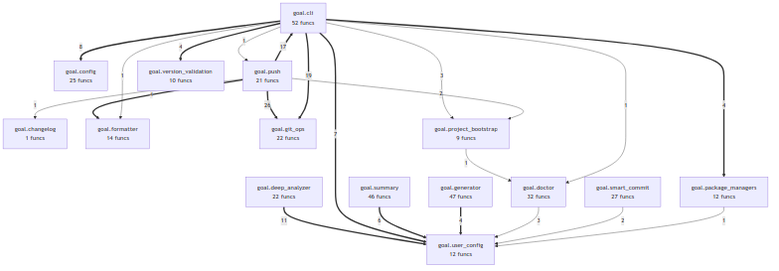
This is project/compact_flow.png from semcod/goal, a Mermaid export, as it was before one commit. Its source is kept beside it as project/compact_flow.mmd. The source it was exported from:
```mermaid
flowchart TD
    goal_changelog["goal.changelog<br/>1 funcs"]
    goal_cli["goal.cli<br/>52 funcs"]
    goal_config["goal.config<br/>25 funcs"]
    goal_deep_analyzer["goal.deep_analyzer<br/>22 funcs"]
    goal_doctor["goal.doctor<br/>32 funcs"]
    goal_formatter["goal.formatter<br/>14 funcs"]
    goal_generator["goal.generator<br/>47 funcs"]
    goal_git_ops["goal.git_ops<br/>22 funcs"]
    goal_package_managers["goal.package_managers<br/>12 funcs"]
    goal_project_bootstrap["goal.project_bootstrap<br/>9 funcs"]
    goal_push["goal.push<br/>21 funcs"]
    goal_smart_commit["goal.smart_commit<br/>27 funcs"]
    goal_summary["goal.summary<br/>46 funcs"]
    goal_user_config["goal.user_config<br/>12 funcs"]
    goal_version_validation["goal.version_validation<br/>10 funcs"]
    goal_push ==>|26| goal_git_ops
    goal_cli ==>|19| goal_git_ops
    goal_push ==>|17| goal_cli
    goal_deep_analyzer ==>|11| goal_user_config
    goal_cli ==>|8| goal_config
    goal_cli ==>|7| goal_user_config
    goal_summary ==>|6| goal_user_config
    goal_generator ==>|4| goal_user_config
    goal_push ==>|4| goal_formatter
    goal_cli ==>|4| goal_version_validation
    goal_cli ==>|4| goal_package_managers
    goal_cli -->|3| goal_project_bootstrap
    goal_doctor -->|3| goal_user_config
    goal_push -->|2| goal_project_bootstrap
    goal_smart_commit -->|2| goal_user_config
    goal_project_bootstrap -->|1| goal_doctor
    goal_cli -->|1| goal_doctor
    goal_cli -->|1| goal_formatter
    goal_cli -->|1| goal_push
    goal_package_managers -->|1| goal_user_config
    goal_push -->|1| goal_changelog
```
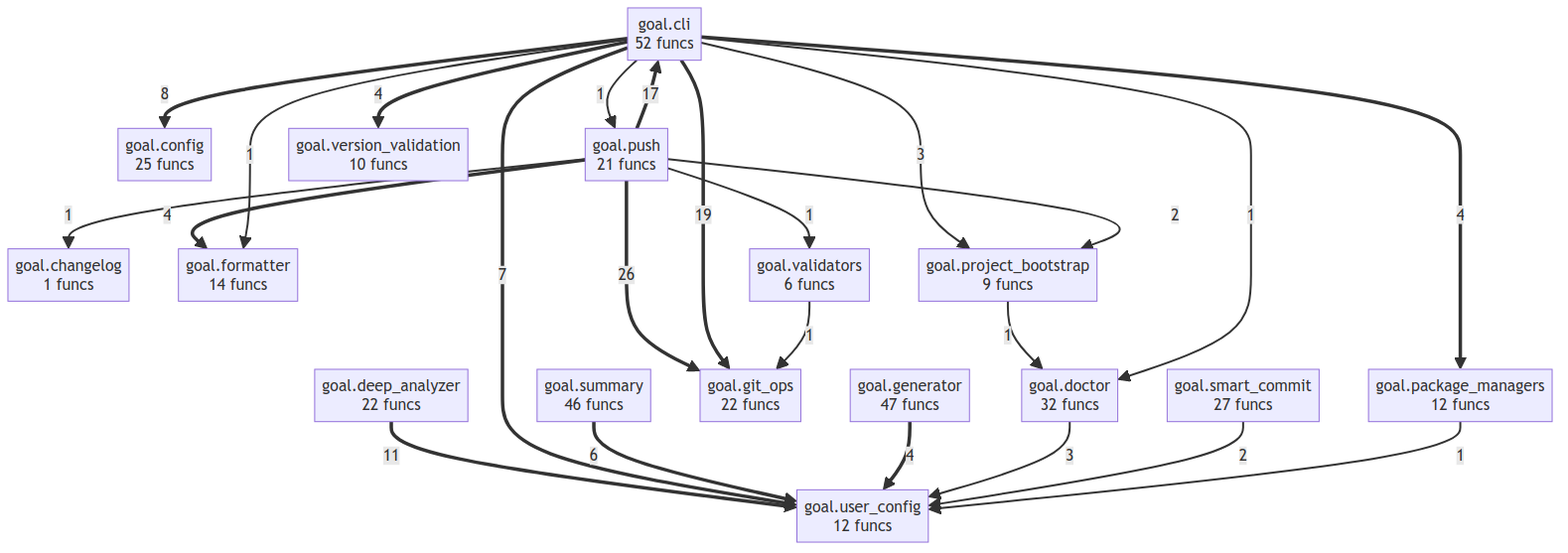
The same diagram one commit later.

The edit, as a diff of the source:
```diff
@@ -1,37 +1,40 @@
 flowchart TD
-    goal_changelog["goal.changelog<br/>1 funcs"]
-    goal_cli["goal.cli<br/>52 funcs"]
-    goal_config["goal.config<br/>25 funcs"]
-    goal_deep_analyzer["goal.deep_analyzer<br/>22 funcs"]
-    goal_doctor["goal.doctor<br/>32 funcs"]
-    goal_formatter["goal.formatter<br/>14 funcs"]
-    goal_generator["goal.generator<br/>47 funcs"]
-    goal_git_ops["goal.git_ops<br/>22 funcs"]
-    goal_package_managers["goal.package_managers<br/>12 funcs"]
-    goal_project_bootstrap["goal.project_bootstrap<br/>9 funcs"]
-    goal_push["goal.push<br/>21 funcs"]
-    goal_smart_commit["goal.smart_commit<br/>27 funcs"]
-    goal_summary["goal.summary<br/>46 funcs"]
-    goal_user_config["goal.user_config<br/>12 funcs"]
-    goal_version_validation["goal.version_validation<br/>10 funcs"]
-    goal_push ==>|26| goal_git_ops
-    goal_cli ==>|19| goal_git_ops
-    goal_push ==>|17| goal_cli
-    goal_deep_analyzer ==>|11| goal_user_config
-    goal_cli ==>|8| goal_config
-    goal_cli ==>|7| goal_user_config
-    goal_summary ==>|6| goal_user_config
-    goal_generator ==>|4| goal_user_config
-    goal_push ==>|4| goal_formatter
-    goal_cli ==>|4| goal_version_validation
-    goal_cli ==>|4| goal_package_managers
-    goal_cli -->|3| goal_project_bootstrap
-    goal_doctor -->|3| goal_user_config
-    goal_push -->|2| goal_project_bootstrap
-    goal_smart_commit -->|2| goal_user_config
-    goal_project_bootstrap -->|1| goal_doctor
-    goal_cli -->|1| goal_doctor
-    goal_cli -->|1| goal_formatter
-    goal_cli -->|1| goal_push
-    goal_package_managers -->|1| goal_user_config
-    goal_push -->|1| goal_changelog
+    goal__changelog["goal.changelog<br/>1 funcs"]
+    goal__cli["goal.cli<br/>52 funcs"]
+    goal__config["goal.config<br/>25 funcs"]
+    goal__deep_analyzer["goal.deep_analyzer<br/>22 funcs"]
+    goal__doctor["goal.doctor<br/>32 funcs"]
+    goal__formatter["goal.formatter<br/>14 funcs"]
+    goal__generator["goal.generator<br/>47 funcs"]
+    goal__git_ops["goal.git_ops<br/>22 funcs"]
+    goal__package_managers["goal.package_managers<br/>12 funcs"]
+    goal__project_bootstrap["goal.project_bootstrap<br/>9 funcs"]
+    goal__push["goal.push<br/>21 funcs"]
+    goal__smart_commit["goal.smart_commit<br/>27 funcs"]
+    goal__summary["goal.summary<br/>46 funcs"]
+    goal__user_config["goal.user_config<br/>12 funcs"]
+    goal__validators["goal.validators<br/>6 funcs"]
+    goal__version_validation["goal.version_validation<br/>10 funcs"]
+    goal__push ==>|26| goal__git_ops
+    goal__cli ==>|19| goal__git_ops
+    goal__push ==>|17| goal__cli
+    goal__deep_analyzer ==>|11| goal__user_config
+    goal__cli ==>|8| goal__config
+    goal__cli ==>|7| goal__user_config
+    goal__summary ==>|6| goal__user_config
+    goal__generator ==>|4| goal__user_config
+    goal__push ==>|4| goal__formatter
+    goal__cli ==>|4| goal__version_validation
+    goal__cli ==>|4| goal__package_managers
+    goal__cli -->|3| goal__project_bootstrap
+    goal__doctor -->|3| goal__user_config
+    goal__push -->|2| goal__project_bootstrap
+    goal__smart_commit -->|2| goal__user_config
+    goal__project_bootstrap -->|1| goal__doctor
+    goal__validators -->|1| goal__git_ops
+    goal__cli -->|1| goal__doctor
+    goal__push -->|1| goal__validators
+    goal__cli -->|1| goal__push
+    goal__cli -->|1| goal__formatter
+    goal__package_managers -->|1| goal__user_config
+    goal__push -->|1| goal__changelog
```
